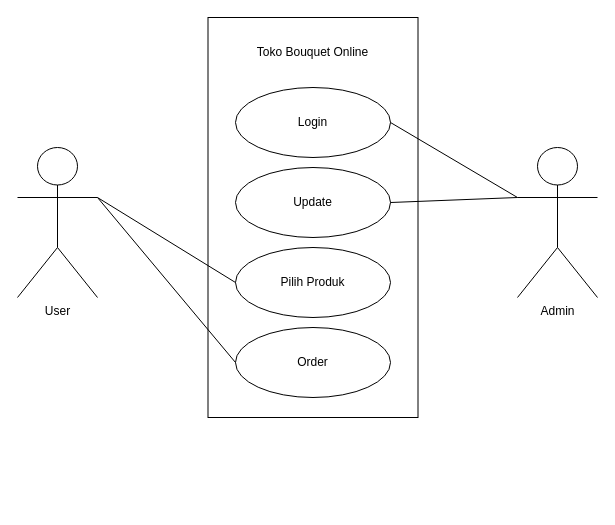
The draw.io diagram usecase-bucket.drawio in alficlanjr/Landing-page, before the edit. Source tidied: cells renumbered, new cells numbered last; positions are measured from the earlier drawing's top-left corner, leaving out a move shared by most shapes. Both pictures are drawn from the tidied source at 100%, with x=0, y=0 at pixel (17, 17).
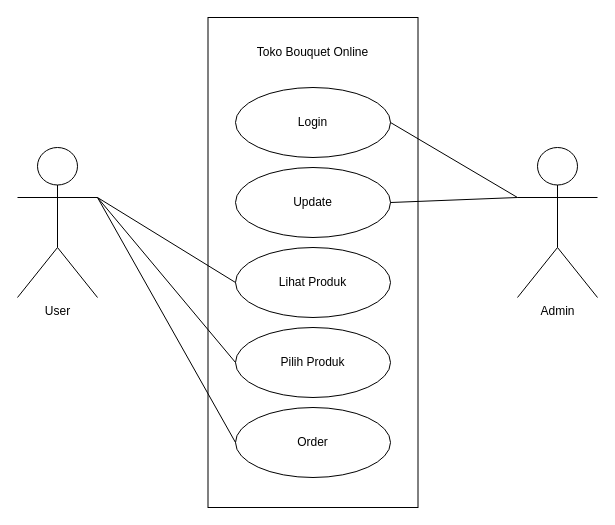
Above is the later version.

Change to the diagram source:
```diff
@@
 <mxGraphModel>
   <root>
     <mxCell id="0" />
     <mxCell id="1" parent="0" />
     <mxCell id="2" style="rounded=0;whiteSpace=wrap;html=1;" parent="1" vertex="1">
-      <mxGeometry x="190.5" width="210" height="400" as="geometry" />
+      <mxGeometry x="190.5" width="210" height="490" as="geometry" />
     </mxCell>
     <mxCell id="3" value="Login" style="ellipse;whiteSpace=wrap;html=1;" parent="1" vertex="1">
       <mxGeometry x="218" y="70" width="155" height="70" as="geometry" />
     </mxCell>
     <mxCell id="4" value="Update" style="ellipse;whiteSpace=wrap;html=1;" parent="1" vertex="1">
       <mxGeometry x="218" y="150" width="155" height="70" as="geometry" />
     </mxCell>
-    <mxCell id="5" value="Pilih Produk" style="ellipse;whiteSpace=wrap;html=1;" parent="1" vertex="1">
+    <mxCell id="5" value="Lihat Produk" style="ellipse;whiteSpace=wrap;html=1;" parent="1" vertex="1">
       <mxGeometry x="218" y="230" width="155" height="70" as="geometry" />
     </mxCell>
-    <mxCell id="6" value="Order" style="ellipse;whiteSpace=wrap;html=1;" parent="1" vertex="1">
+    <mxCell id="6" value="Pilih Produk" style="ellipse;whiteSpace=wrap;html=1;" parent="1" vertex="1">
       <mxGeometry x="218" y="310" width="155" height="70" as="geometry" />
     </mxCell>
     <mxCell id="7" value="User" style="shape=umlActor;verticalLabelPosition=bottom;verticalAlign=top;html=1;outlineConnect=0;" parent="1" vertex="1">
       <mxGeometry y="130" width="80" height="150" as="geometry" />
     </mxCell>
     <mxCell id="8" value="Admin" style="shape=umlActor;verticalLabelPosition=bottom;verticalAlign=top;html=1;outlineConnect=0;" parent="1" vertex="1">
       <mxGeometry x="500" y="130" width="80" height="150" as="geometry" />
     </mxCell>
     <mxCell id="9" value="Toko Bouquet Online" style="text;html=1;align=center;verticalAlign=middle;whiteSpace=wrap;rounded=0;" parent="1" vertex="1">
       <mxGeometry x="233" y="20" width="124.5" height="30" as="geometry" />
     </mxCell>
     <mxCell id="10" style="endArrow=none;html=1;rounded=0;exitX=1;exitY=0.3333333333333333;exitDx=0;exitDy=0;exitPerimeter=0;entryX=0;entryY=0.5;entryDx=0;entryDy=0;" parent="1" edge="1" source="7" target="6">
       <mxGeometry relative="1" as="geometry" />
     </mxCell>
     <mxCell id="11" style="endArrow=none;html=1;rounded=0;exitX=1;exitY=0.3333333333333333;exitDx=0;exitDy=0;exitPerimeter=0;entryX=0;entryY=0.5;entryDx=0;entryDy=0;" parent="1" edge="1" source="7" target="5">
       <mxGeometry relative="1" as="geometry" />
     </mxCell>
     <mxCell id="12" style="endArrow=none;html=1;rounded=0;exitX=0;exitY=0.3333333333333333;exitDx=0;exitDy=0;exitPerimeter=0;entryX=1;entryY=0.5;entryDx=0;entryDy=0;" parent="1" edge="1" source="8" target="3">
       <mxGeometry relative="1" as="geometry" />
     </mxCell>
     <mxCell id="13" style="endArrow=none;html=1;rounded=0;exitX=0;exitY=0.3333333333333333;exitDx=0;exitDy=0;exitPerimeter=0;entryX=1;entryY=0.5;entryDx=0;entryDy=0;" parent="1" edge="1" source="8" target="4">
       <mxGeometry relative="1" as="geometry" />
     </mxCell>
+    <mxCell id="14" value="Order" style="ellipse;whiteSpace=wrap;html=1;" parent="1" vertex="1">
+      <mxGeometry x="218" y="390" width="155" height="70" as="geometry" />
+    </mxCell>
+    <mxCell id="15" style="endArrow=none;html=1;rounded=0;exitX=1;exitY=0.3333333333333333;exitDx=0;exitDy=0;exitPerimeter=0;entryX=0;entryY=0.5;entryDx=0;entryDy=0;" parent="1" edge="1" source="7" target="14">
+      <mxGeometry relative="1" as="geometry" />
+    </mxCell>
   </root>
 </mxGraphModel>
```
